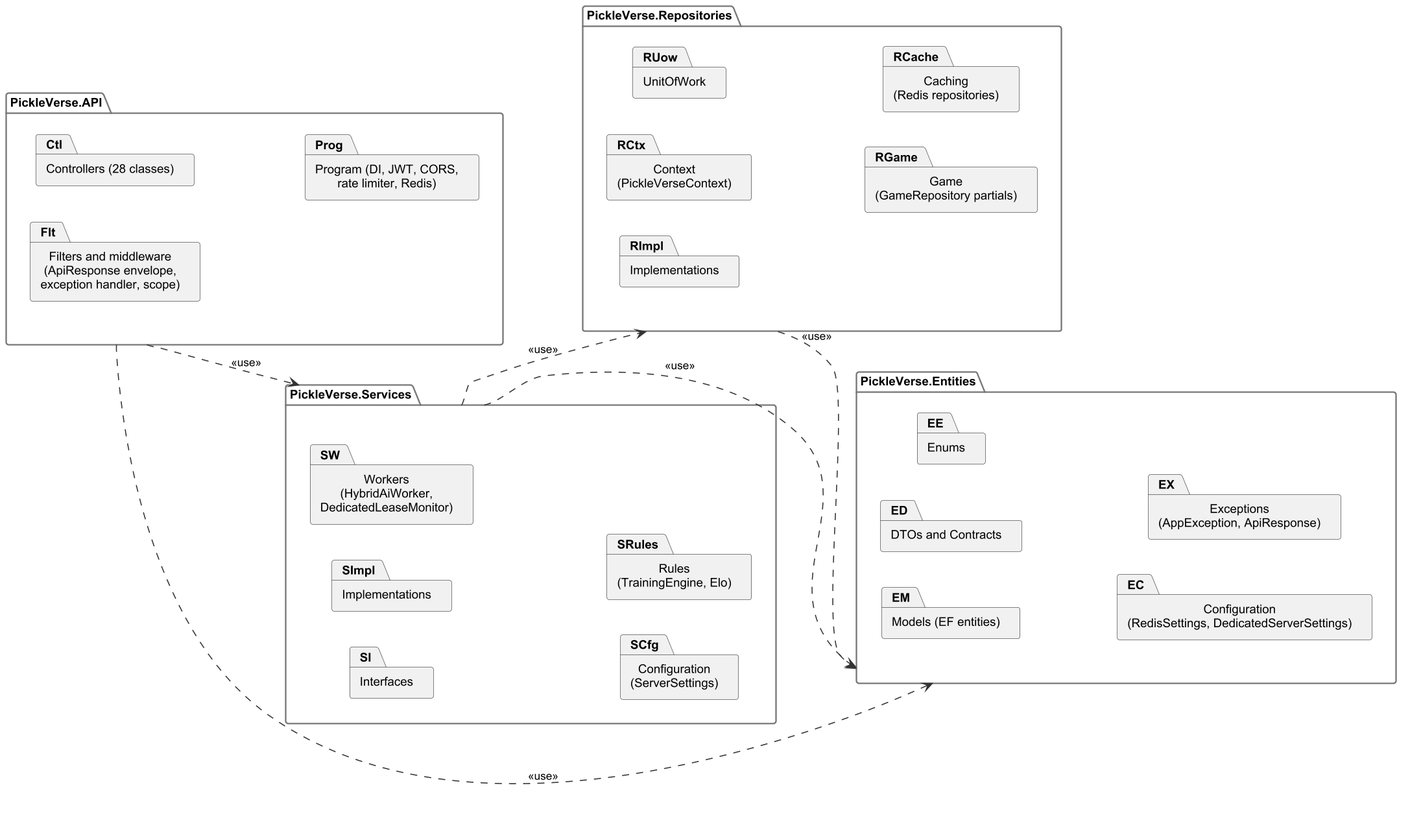
Before: Doc/Project_report/Report/diagrams/png/r4_pkg_backend.png, a diagram exported from PlantUML (Tad-Min/PickleVerse).
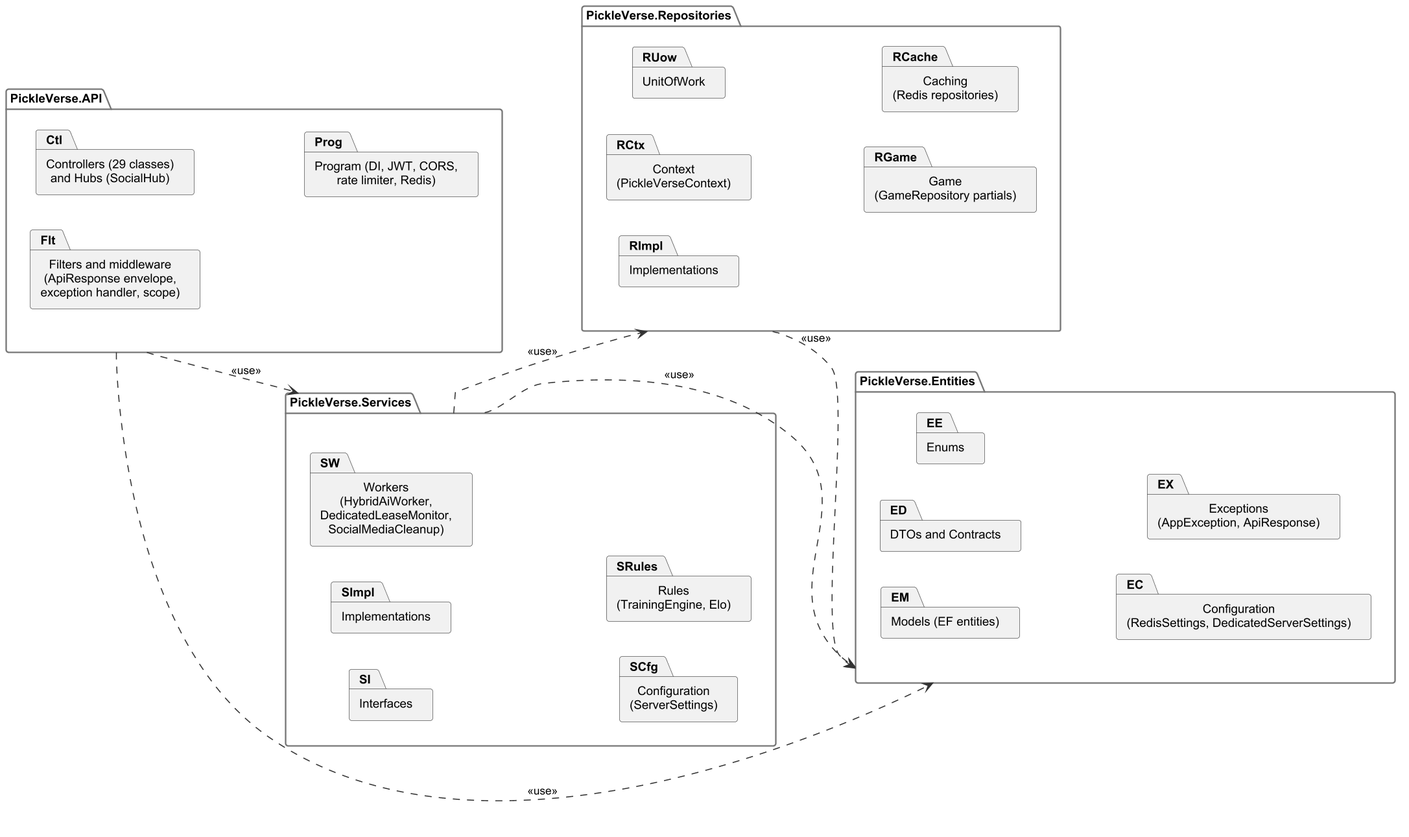
The same diagram one commit later.

Change to the diagram source:
```diff
@@ -3,14 +3,14 @@
 skinparam packageStyle folder
 left to right direction
 package "PickleVerse.API" as API {
-  package "Controllers (28 classes)" as Ctl
+  package "Controllers (29 classes)\nand Hubs (SocialHub)" as Ctl
   package "Filters and middleware\n(ApiResponse envelope,\nexception handler, scope)" as Flt
   package "Program (DI, JWT, CORS,\nrate limiter, Redis)" as Prog
 }
 package "PickleVerse.Services" as SVC {
   package "Interfaces" as SI
   package "Implementations" as SImpl
-  package "Workers\n(HybridAiWorker,\nDedicatedLeaseMonitor)" as SW
+  package "Workers\n(HybridAiWorker,\nDedicatedLeaseMonitor,\nSocialMediaCleanup)" as SW
   package "Configuration\n(ServerSettings)" as SCfg
   package "Rules\n(TrainingEngine, Elo)" as SRules
 }
```
